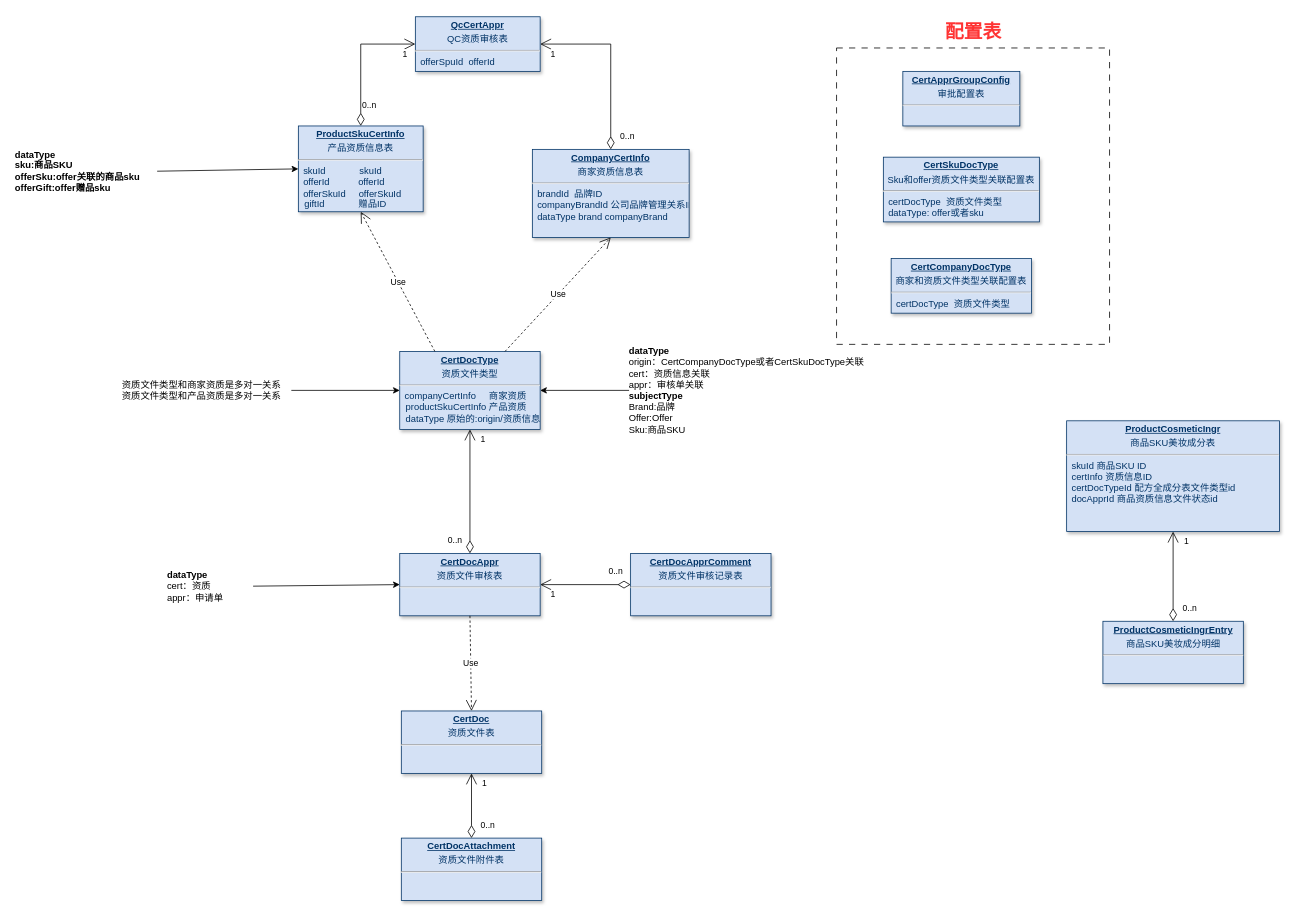
rockywade/draw keeps this draw.io diagram as page "QC资质审批" (5 of 23) of 美one.drawio. Above is the earlier version. Source tidied: cells renumbered, new cells numbered last; positions are measured from the earlier drawing's top-left corner, leaving out a move shared by most shapes. Both pictures are drawn from the tidied source at 78%, with x=0, y=0 at pixel (13, 16).
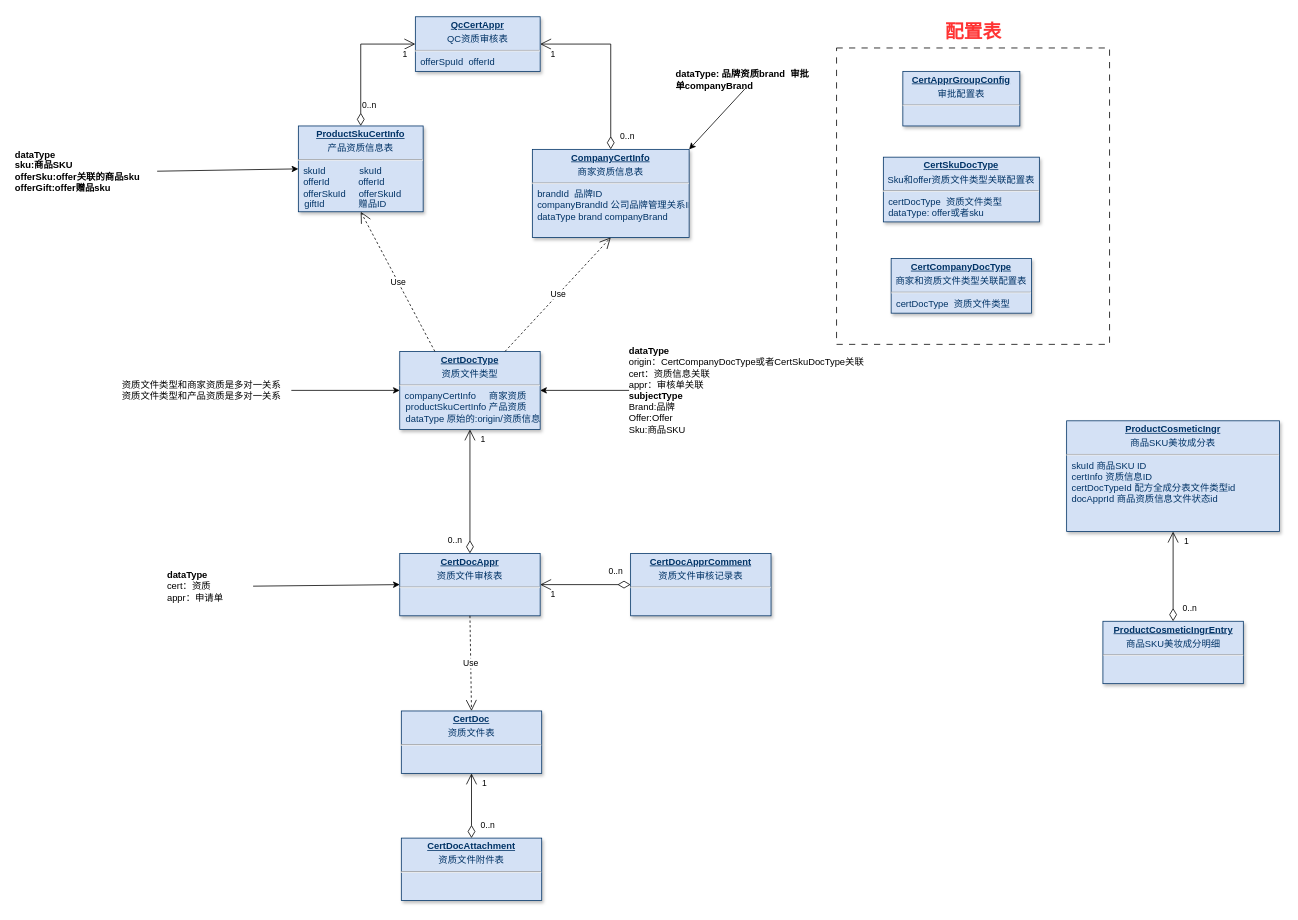
Above is the later version.

Unchanged cells that the change refers to:
```xml
<mxCell id="5" value="&lt;p style=&quot;margin: 4px 0px 0px; text-align: center;&quot;&gt;&lt;b&gt;&lt;u&gt;CompanyCertInfo&lt;/u&gt;&lt;/b&gt;&lt;br&gt;&lt;/p&gt;&lt;p style=&quot;margin: 4px 0px 0px; text-align: center;&quot;&gt;商家资质信息表&lt;br&gt;&lt;/p&gt;&lt;hr&gt;&amp;nbsp; brandId&amp;nbsp; 品牌ID&lt;div&gt;&amp;nbsp; companyBrandId 公司品牌管理关系ID&lt;/div&gt;&lt;div&gt;&amp;nbsp; dataType brand companyBrand&lt;br&gt;&lt;br&gt;&lt;div&gt;&lt;br&gt;&lt;div&gt;&lt;br&gt;&lt;p style=&quot;margin: 0px; margin-left: 8px;&quot;&gt;&lt;br&gt;&lt;/p&gt;&lt;/div&gt;&lt;/div&gt;&lt;/div&gt;" style="verticalAlign=top;align=left;overflow=fill;fontSize=12;fontFamily=Helvetica;html=1;strokeColor=#003366;shadow=1;fillColor=#D4E1F5;fontColor=#003366;" parent="1" vertex="1">
  <mxGeometry x="665" y="170" width="201" height="113" as="geometry" />
</mxCell>
```

Diff of the diagram source:
```diff
@@
+    <mxCell id="46" value="&lt;span&gt;dataType: 品牌资质brand&amp;nbsp; 审批单companyBrand&lt;/span&gt;" style="text;html=1;whiteSpace=wrap;strokeColor=none;fillColor=none;align=left;verticalAlign=middle;rounded=0;fontStyle=1;labelPosition=center;verticalLabelPosition=middle;" parent="1" vertex="1">
+      <mxGeometry x="847" y="70" width="182" height="22" as="geometry" />
+    </mxCell>
+    <mxCell id="47" style="endArrow=classic;html=1;rounded=0;entryX=1;entryY=0;entryDx=0;entryDy=0;exitX=0.5;exitY=1;exitDx=0;exitDy=0;" parent="1" edge="1" source="46" target="5">
+      <mxGeometry relative="1" as="geometry" />
+    </mxCell>
```
